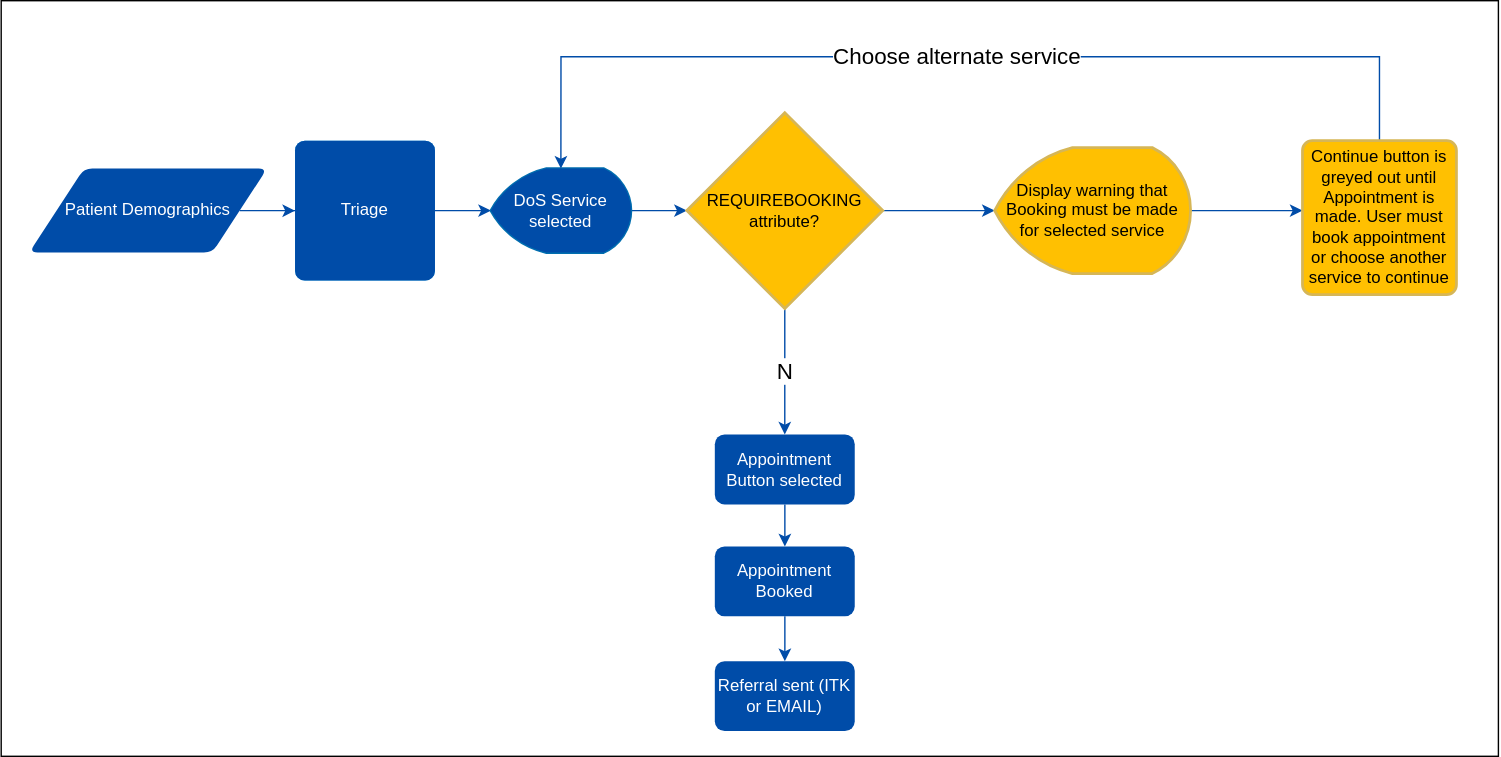
NHSDigital/booking-and-referral-media keeps this draw.io diagram as src/images/WorkFlows/DOS-bookingattribute-workflow.svg. Above is the earlier version. Source tidied: cells renumbered, new cells last; positions are measured from the earlier drawing's top-left corner, leaving out a move shared by most shapes.
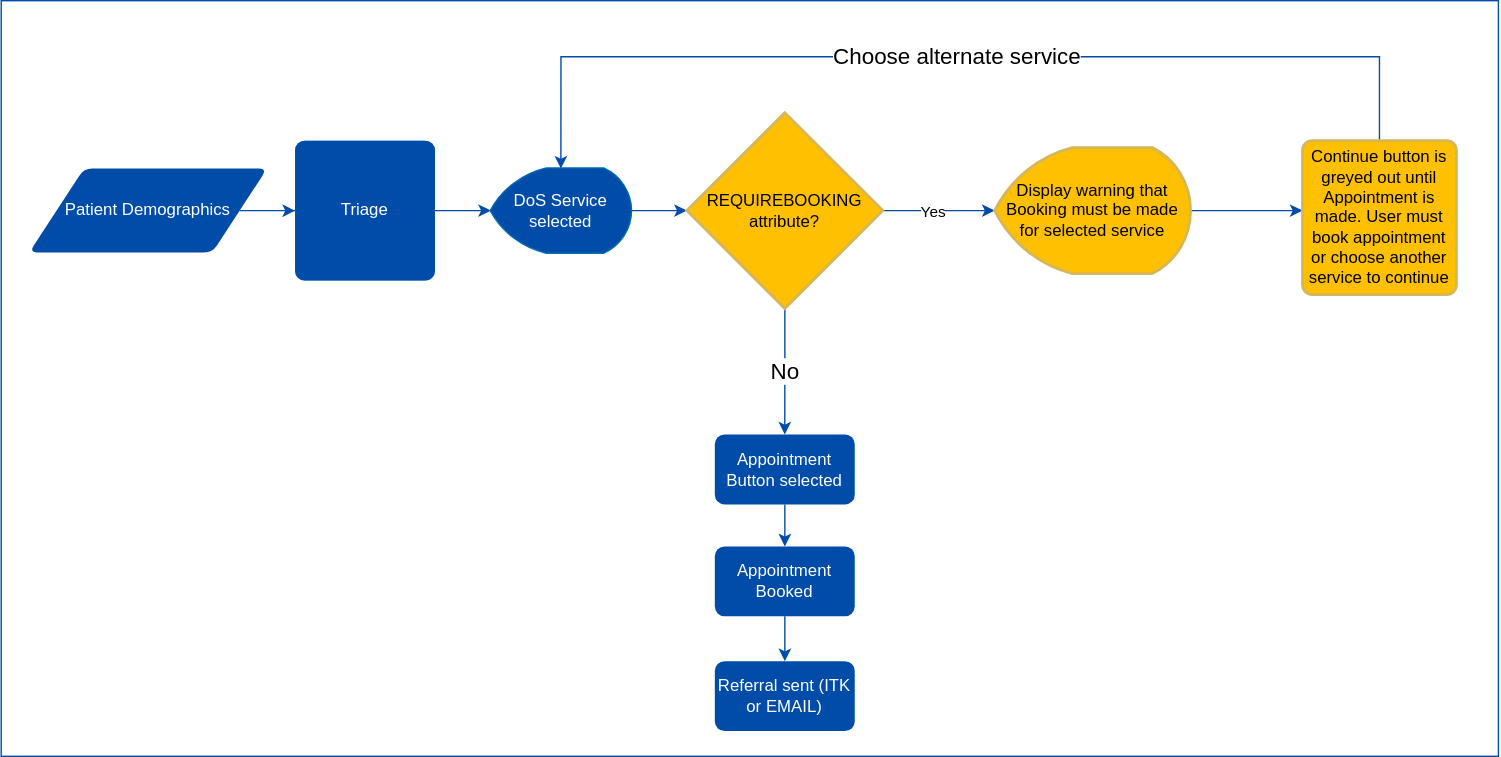
The same diagram one commit later.

Diff of the diagram source:
```diff
@@ -2,7 +2,7 @@
   <root>
     <mxCell id="0" />
     <mxCell id="1" parent="0" />
-    <mxCell id="2" style="rounded=0;whiteSpace=wrap;html=1;" parent="1" vertex="1">
+    <mxCell id="2" style="rounded=0;whiteSpace=wrap;html=1;strokeColor=#004CA8;" parent="1" vertex="1">
       <mxGeometry width="1070" height="540" as="geometry" />
     </mxCell>
     <mxCell id="3" value="Patient Demographics" style="shape=parallelogram;html=1;strokeWidth=2;perimeter=parallelogramPerimeter;whiteSpace=wrap;rounded=1;arcSize=12;size=0.23;fillColor=#004CA8;strokeColor=none;fontColor=#ffffff;" parent="1" vertex="1">
@@ -25,14 +25,22 @@
     <mxCell id="8" value="DoS Service selected" style="strokeWidth=2;html=1;shape=mxgraph.flowchart.display;whiteSpace=wrap;fillColor=#1ba1e2;strokeColor=#006EAF;fontColor=#ffffff;" parent="1" vertex="1">
       <mxGeometry x="350" y="120" width="100" height="60" as="geometry" />
     </mxCell>
-    <mxCell id="9" value="&lt;font style=&quot;font-size: 16px&quot;&gt;N&lt;/font&gt;" style="edgeStyle=orthogonalEdgeStyle;rounded=0;jettySize=auto;html=1;entryX=0.5;entryY=0;entryDx=0;entryDy=0;entryPerimeter=0;strokeColor=#004CA8;" parent="1" edge="1" source="11" target="13">
-      <mxGeometry relative="1" as="geometry" />
+    <mxCell id="9" value="&lt;font style=&quot;font-size: 16px&quot;&gt;No&lt;/font&gt;" style="edgeStyle=orthogonalEdgeStyle;rounded=0;jettySize=auto;html=1;entryX=0.5;entryY=0;entryDx=0;entryDy=0;entryPerimeter=0;strokeColor=#004CA8;" parent="1" edge="1" source="11" target="13">
+      <mxGeometry relative="1" as="geometry">
+        <Array as="points">
+          <mxPoint x="560" y="260" />
+          <mxPoint x="560" y="260" />
+        </Array>
+      </mxGeometry>
     </mxCell>
     <mxCell id="10" style="edgeStyle=orthogonalEdgeStyle;rounded=0;jettySize=auto;html=1;strokeColor=#004CA8;" parent="1" edge="1" source="11">
       <mxGeometry relative="1" as="geometry">
         <mxPoint x="710" y="150" as="targetPoint" />
       </mxGeometry>
     </mxCell>
+    <mxCell id="23" value="Yes" style="edgeLabel;html=1;align=center;verticalAlign=middle;" parent="10" vertex="1">
+      <mxGeometry x="-0.12" relative="1" as="geometry" />
+    </mxCell>
     <mxCell id="11" value="REQUIREBOOKING attribute?" style="strokeWidth=2;html=1;shape=mxgraph.flowchart.decision;whiteSpace=wrap;fillColor=#FFC001;strokeColor=#d6b656;" parent="1" vertex="1">
       <mxGeometry x="490" y="80" width="140" height="140" as="geometry" />
     </mxCell>
```
